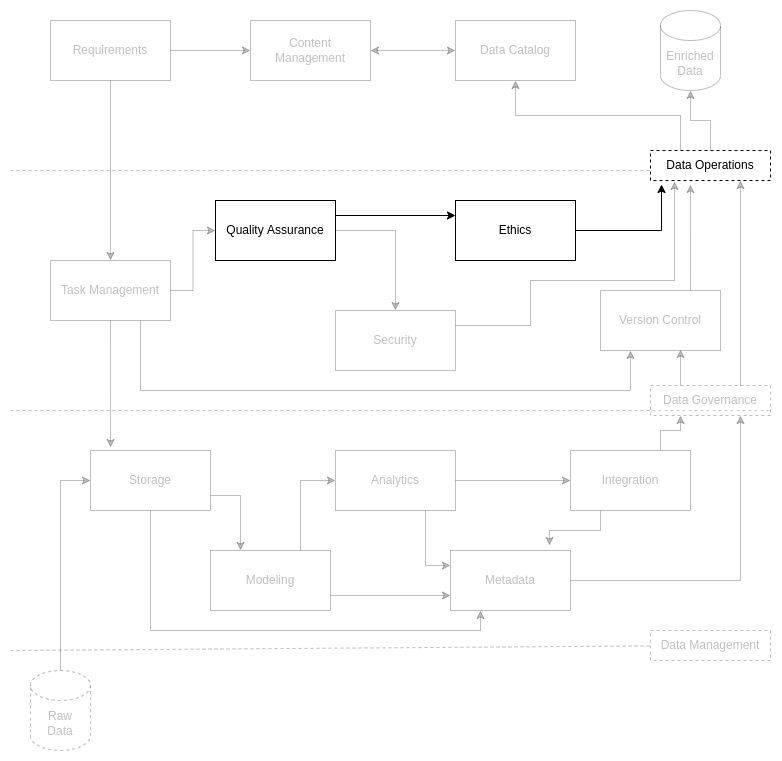
Above: docs/source/static/images/do_overview_eth.png in CertusGroup/ciutshi (draw.io), before the change. Source tidied: cells renumbered, new cells last; positions are measured from the earlier drawing's top-left corner, leaving out a move shared by most shapes.
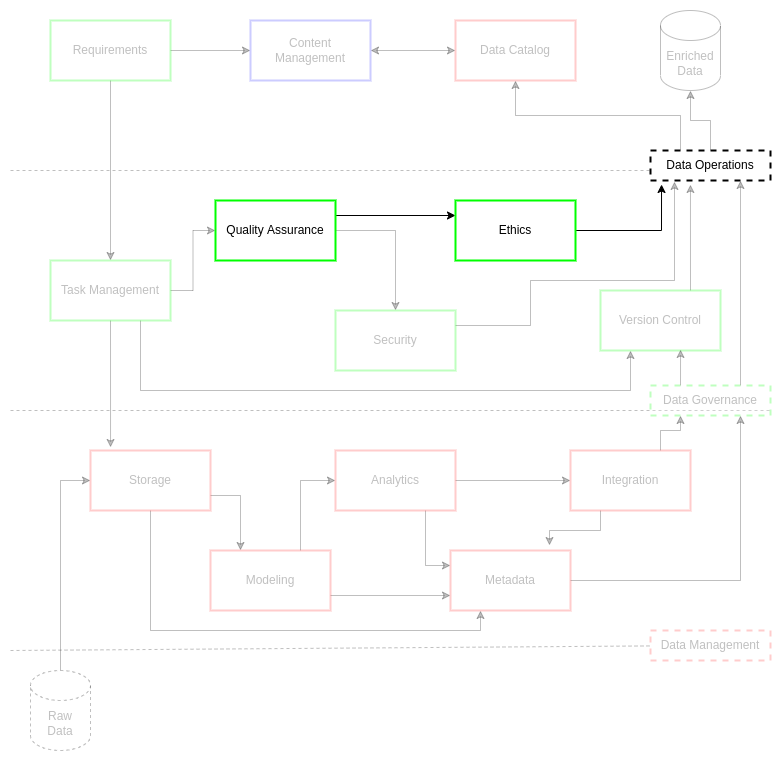
Above is the later version.

The edit, as a diff of the source:
```diff
@@ -20,7 +20,7 @@
     <mxCell id="5" style="edgeStyle=orthogonalEdgeStyle;rounded=0;jettySize=auto;html=1;exitX=0.5;exitY=1;exitDx=0;exitDy=0;entryX=0.25;entryY=1;entryDx=0;entryDy=0;opacity=25;textOpacity=25;" parent="1" edge="1" source="6" target="14">
       <mxGeometry relative="1" as="geometry" />
     </mxCell>
-    <mxCell id="6" value="Storage" style="rounded=0;whiteSpace=wrap;html=1;opacity=25;textOpacity=25;" parent="1" vertex="1">
+    <mxCell id="6" value="Storage" style="rounded=0;whiteSpace=wrap;html=1;strokeWidth=2;strokeColor=#FF3333;opacity=25;textOpacity=25;" parent="1" vertex="1">
       <mxGeometry x="80" y="440" width="120" height="60" as="geometry" />
     </mxCell>
     <mxCell id="7" style="edgeStyle=orthogonalEdgeStyle;rounded=0;jettySize=auto;html=1;exitX=0.75;exitY=0;exitDx=0;exitDy=0;entryX=0;entryY=0.5;entryDx=0;entryDy=0;opacity=25;textOpacity=25;" parent="1" edge="1" source="9" target="12">
@@ -29,7 +29,7 @@
     <mxCell id="8" style="edgeStyle=orthogonalEdgeStyle;rounded=0;jettySize=auto;html=1;exitX=1;exitY=0.75;exitDx=0;exitDy=0;entryX=0;entryY=0.75;entryDx=0;entryDy=0;opacity=25;textOpacity=25;" parent="1" edge="1" source="9" target="14">
       <mxGeometry relative="1" as="geometry" />
     </mxCell>
-    <mxCell id="9" value="Modeling" style="rounded=0;whiteSpace=wrap;html=1;opacity=25;textOpacity=25;" parent="1" vertex="1">
+    <mxCell id="9" value="Modeling" style="rounded=0;whiteSpace=wrap;html=1;strokeWidth=2;strokeColor=#FF3333;opacity=25;textOpacity=25;" parent="1" vertex="1">
       <mxGeometry x="200" y="540" width="120" height="60" as="geometry" />
     </mxCell>
     <mxCell id="10" style="edgeStyle=orthogonalEdgeStyle;rounded=0;jettySize=auto;html=1;exitX=1;exitY=0.5;exitDx=0;exitDy=0;entryX=0;entryY=0.5;entryDx=0;entryDy=0;opacity=25;textOpacity=25;" parent="1" edge="1" source="12" target="17">
@@ -38,13 +38,13 @@
     <mxCell id="11" style="edgeStyle=orthogonalEdgeStyle;rounded=0;jettySize=auto;html=1;exitX=0.75;exitY=1;exitDx=0;exitDy=0;entryX=0;entryY=0.25;entryDx=0;entryDy=0;opacity=25;textOpacity=25;" parent="1" edge="1" source="12" target="14">
       <mxGeometry relative="1" as="geometry" />
     </mxCell>
-    <mxCell id="12" value="Analytics" style="rounded=0;whiteSpace=wrap;html=1;opacity=25;textOpacity=25;" parent="1" vertex="1">
+    <mxCell id="12" value="Analytics" style="rounded=0;whiteSpace=wrap;html=1;strokeWidth=2;strokeColor=#FF3333;opacity=25;textOpacity=25;" parent="1" vertex="1">
       <mxGeometry x="325" y="440" width="120" height="60" as="geometry" />
     </mxCell>
     <mxCell id="13" style="edgeStyle=orthogonalEdgeStyle;rounded=0;jettySize=auto;html=1;exitX=1;exitY=0.5;exitDx=0;exitDy=0;entryX=0.75;entryY=1;entryDx=0;entryDy=0;opacity=25;textOpacity=25;" parent="1" edge="1" source="14" target="38">
       <mxGeometry relative="1" as="geometry" />
     </mxCell>
-    <mxCell id="14" value="Metadata" style="rounded=0;whiteSpace=wrap;html=1;opacity=25;textOpacity=25;" parent="1" vertex="1">
+    <mxCell id="14" value="Metadata" style="rounded=0;whiteSpace=wrap;html=1;strokeWidth=2;strokeColor=#FF3333;opacity=25;textOpacity=25;" parent="1" vertex="1">
       <mxGeometry x="440" y="540" width="120" height="60" as="geometry" />
     </mxCell>
     <mxCell id="15" style="edgeStyle=orthogonalEdgeStyle;rounded=0;jettySize=auto;html=1;exitX=0.25;exitY=1;exitDx=0;exitDy=0;entryX=0.825;entryY=-0.083;entryDx=0;entryDy=0;entryPerimeter=0;opacity=25;textOpacity=25;" parent="1" edge="1" source="17" target="14">
@@ -53,10 +53,10 @@
     <mxCell id="16" style="edgeStyle=orthogonalEdgeStyle;rounded=0;jettySize=auto;html=1;exitX=0.75;exitY=0;exitDx=0;exitDy=0;entryX=0.25;entryY=1;entryDx=0;entryDy=0;opacity=25;textOpacity=25;" parent="1" edge="1" source="17" target="38">
       <mxGeometry relative="1" as="geometry" />
     </mxCell>
-    <mxCell id="17" value="Integration" style="rounded=0;whiteSpace=wrap;html=1;opacity=25;textOpacity=25;" parent="1" vertex="1">
+    <mxCell id="17" value="Integration" style="rounded=0;whiteSpace=wrap;html=1;strokeWidth=2;strokeColor=#FF3333;opacity=25;textOpacity=25;" parent="1" vertex="1">
       <mxGeometry x="560" y="440" width="120" height="60" as="geometry" />
     </mxCell>
-    <mxCell id="18" value="Data Catalog&lt;br&gt;" style="rounded=0;whiteSpace=wrap;html=1;opacity=25;textOpacity=25;" parent="1" vertex="1">
+    <mxCell id="18" value="Data Catalog&lt;br&gt;" style="rounded=0;whiteSpace=wrap;html=1;strokeWidth=2;strokeColor=#FF3333;opacity=25;textOpacity=25;" parent="1" vertex="1">
       <mxGeometry x="445" y="10" width="120" height="60" as="geometry" />
     </mxCell>
     <mxCell id="19" style="edgeStyle=orthogonalEdgeStyle;rounded=0;jettySize=auto;html=1;exitX=0.5;exitY=1;exitDx=0;exitDy=0;entryX=0.5;entryY=0;entryDx=0;entryDy=0;opacity=25;textOpacity=25;" parent="1" edge="1" source="21" target="25">
@@ -65,7 +65,7 @@
     <mxCell id="20" style="edgeStyle=orthogonalEdgeStyle;rounded=0;jettySize=auto;html=1;exitX=1;exitY=0.5;exitDx=0;exitDy=0;entryX=0;entryY=0.5;entryDx=0;entryDy=0;opacity=25;textOpacity=25;" parent="1" edge="1" source="21" target="48">
       <mxGeometry relative="1" as="geometry" />
     </mxCell>
-    <mxCell id="21" value="Requirements" style="rounded=0;whiteSpace=wrap;html=1;opacity=25;textOpacity=25;" parent="1" vertex="1">
+    <mxCell id="21" value="Requirements" style="rounded=0;whiteSpace=wrap;html=1;strokeColor=#00FF00;strokeWidth=2;opacity=25;textOpacity=25;" parent="1" vertex="1">
       <mxGeometry x="40" y="10" width="120" height="60" as="geometry" />
     </mxCell>
     <mxCell id="22" style="edgeStyle=orthogonalEdgeStyle;rounded=0;jettySize=auto;html=1;exitX=1;exitY=0.5;exitDx=0;exitDy=0;entryX=0;entryY=0.5;entryDx=0;entryDy=0;opacity=25;textOpacity=25;" parent="1" edge="1" source="25" target="28">
@@ -82,7 +82,7 @@
     <mxCell id="24" style="edgeStyle=orthogonalEdgeStyle;rounded=0;jettySize=auto;html=1;exitX=0.5;exitY=1;exitDx=0;exitDy=0;entryX=0.167;entryY=-0.05;entryDx=0;entryDy=0;entryPerimeter=0;opacity=25;textOpacity=25;" parent="1" edge="1" source="25" target="6">
       <mxGeometry relative="1" as="geometry" />
     </mxCell>
-    <mxCell id="25" value="Task Management" style="rounded=0;whiteSpace=wrap;html=1;opacity=25;textOpacity=25;" parent="1" vertex="1">
+    <mxCell id="25" value="Task Management" style="rounded=0;whiteSpace=wrap;html=1;strokeColor=#00FF00;strokeWidth=2;opacity=25;textOpacity=25;" parent="1" vertex="1">
       <mxGeometry x="40" y="250" width="120" height="60" as="geometry" />
     </mxCell>
     <mxCell id="26" style="edgeStyle=orthogonalEdgeStyle;rounded=0;jettySize=auto;html=1;exitX=1;exitY=0.5;exitDx=0;exitDy=0;entryX=0.5;entryY=0;entryDx=0;entryDy=0;opacity=25;textOpacity=25;" parent="1" edge="1" source="28" target="30">
@@ -91,7 +91,7 @@
     <mxCell id="27" style="edgeStyle=orthogonalEdgeStyle;rounded=0;jettySize=auto;html=1;exitX=1;exitY=0.25;exitDx=0;exitDy=0;entryX=0;entryY=0.25;entryDx=0;entryDy=0;" parent="1" edge="1" source="28" target="34">
       <mxGeometry relative="1" as="geometry" />
     </mxCell>
-    <mxCell id="28" value="Quality Assurance" style="rounded=0;whiteSpace=wrap;html=1;" parent="1" vertex="1">
+    <mxCell id="28" value="Quality Assurance" style="rounded=0;whiteSpace=wrap;html=1;strokeColor=#00FF00;strokeWidth=2;" parent="1" vertex="1">
       <mxGeometry x="205" y="190" width="120" height="60" as="geometry" />
     </mxCell>
     <mxCell id="29" style="edgeStyle=orthogonalEdgeStyle;rounded=0;jettySize=auto;html=1;exitX=1;exitY=0.25;exitDx=0;exitDy=0;entryX=0.2;entryY=1.033;entryDx=0;entryDy=0;entryPerimeter=0;opacity=25;textOpacity=25;" parent="1" edge="1" source="30" target="41">
@@ -103,19 +103,19 @@
         </Array>
       </mxGeometry>
     </mxCell>
-    <mxCell id="30" value="Security" style="rounded=0;whiteSpace=wrap;html=1;opacity=25;textOpacity=25;" parent="1" vertex="1">
+    <mxCell id="30" value="Security" style="rounded=0;whiteSpace=wrap;html=1;strokeColor=#00FF00;strokeWidth=2;opacity=25;textOpacity=25;" parent="1" vertex="1">
       <mxGeometry x="325" y="300" width="120" height="60" as="geometry" />
     </mxCell>
     <mxCell id="31" style="edgeStyle=orthogonalEdgeStyle;rounded=0;jettySize=auto;html=1;exitX=0.75;exitY=0;exitDx=0;exitDy=0;entryX=0.333;entryY=1.133;entryDx=0;entryDy=0;entryPerimeter=0;opacity=25;textOpacity=25;" parent="1" edge="1" source="32" target="41">
       <mxGeometry relative="1" as="geometry" />
     </mxCell>
-    <mxCell id="32" value="Version Control" style="rounded=0;whiteSpace=wrap;html=1;opacity=25;textOpacity=25;" parent="1" vertex="1">
+    <mxCell id="32" value="Version Control" style="rounded=0;whiteSpace=wrap;html=1;strokeColor=#00FF00;strokeWidth=2;opacity=25;textOpacity=25;" parent="1" vertex="1">
       <mxGeometry x="590" y="280" width="120" height="60" as="geometry" />
     </mxCell>
     <mxCell id="33" style="edgeStyle=orthogonalEdgeStyle;rounded=0;jettySize=auto;html=1;exitX=1;exitY=0.5;exitDx=0;exitDy=0;entryX=0.092;entryY=1.133;entryDx=0;entryDy=0;entryPerimeter=0;" parent="1" edge="1" source="34" target="41">
       <mxGeometry relative="1" as="geometry" />
     </mxCell>
-    <mxCell id="34" value="Ethics" style="rounded=0;whiteSpace=wrap;html=1;" parent="1" vertex="1">
+    <mxCell id="34" value="Ethics" style="rounded=0;whiteSpace=wrap;html=1;strokeColor=#00FF00;strokeWidth=2;" parent="1" vertex="1">
       <mxGeometry x="445" y="190" width="120" height="60" as="geometry" />
     </mxCell>
     <mxCell id="35" style="endArrow=none;dashed=1;html=1;rounded=0;startArrow=none;opacity=25;textOpacity=25;" parent="1" edge="1" source="45">
@@ -129,7 +129,7 @@
     <mxCell id="37" style="edgeStyle=orthogonalEdgeStyle;rounded=0;jettySize=auto;html=1;exitX=0.75;exitY=0;exitDx=0;exitDy=0;entryX=0.75;entryY=1;entryDx=0;entryDy=0;opacity=25;textOpacity=25;" parent="1" edge="1" source="38" target="41">
       <mxGeometry relative="1" as="geometry" />
     </mxCell>
-    <mxCell id="38" value="Data Governance" style="rounded=0;whiteSpace=wrap;html=1;dashed=1;opacity=25;textOpacity=25;" parent="1" vertex="1">
+    <mxCell id="38" value="Data Governance" style="rounded=0;whiteSpace=wrap;html=1;dashed=1;strokeColor=#00FF00;strokeWidth=2;opacity=25;textOpacity=25;" parent="1" vertex="1">
       <mxGeometry x="640" y="375" width="120" height="30" as="geometry" />
     </mxCell>
     <mxCell id="39" style="edgeStyle=orthogonalEdgeStyle;rounded=0;jettySize=auto;html=1;exitX=0.5;exitY=0;exitDx=0;exitDy=0;entryX=0.5;entryY=1;entryDx=0;entryDy=0;entryPerimeter=0;opacity=25;textOpacity=25;" parent="1" edge="1" source="41" target="44">
@@ -138,7 +138,7 @@
     <mxCell id="40" style="edgeStyle=orthogonalEdgeStyle;rounded=0;jettySize=auto;html=1;exitX=0.25;exitY=0;exitDx=0;exitDy=0;entryX=0.5;entryY=1;entryDx=0;entryDy=0;opacity=25;textOpacity=25;" parent="1" edge="1" source="41" target="18">
       <mxGeometry relative="1" as="geometry" />
     </mxCell>
-    <mxCell id="41" value="Data Operations" style="rounded=0;whiteSpace=wrap;html=1;dashed=1;" parent="1" vertex="1">
+    <mxCell id="41" value="Data Operations" style="rounded=0;whiteSpace=wrap;html=1;dashed=1;strokeWidth=2;" parent="1" vertex="1">
       <mxGeometry x="640" y="140" width="120" height="30" as="geometry" />
     </mxCell>
     <mxCell id="42" style="edgeStyle=orthogonalEdgeStyle;rounded=0;jettySize=auto;html=1;exitX=0.5;exitY=0;exitDx=0;exitDy=0;exitPerimeter=0;entryX=0;entryY=0.5;entryDx=0;entryDy=0;opacity=25;textOpacity=25;" parent="1" edge="1" source="43" target="6">
@@ -150,7 +150,7 @@
     <mxCell id="44" value="Enriched&lt;br&gt;Data" style="shape=cylinder3;whiteSpace=wrap;html=1;boundedLbl=1;backgroundOutline=1;size=15;opacity=25;textOpacity=25;" parent="1" vertex="1">
       <mxGeometry x="650" width="60" height="80" as="geometry" />
     </mxCell>
-    <mxCell id="45" value="Data Management&lt;br&gt;" style="rounded=0;whiteSpace=wrap;html=1;dashed=1;opacity=25;textOpacity=25;" parent="1" vertex="1">
+    <mxCell id="45" value="Data Management&lt;br&gt;" style="rounded=0;whiteSpace=wrap;html=1;dashed=1;strokeWidth=2;strokeColor=#FF3333;opacity=25;textOpacity=25;" parent="1" vertex="1">
       <mxGeometry x="640" y="620" width="120" height="30" as="geometry" />
     </mxCell>
     <mxCell id="46" style="endArrow=none;dashed=1;html=1;rounded=0;opacity=25;textOpacity=25;" parent="1" edge="1" target="45">
@@ -161,7 +161,7 @@
     <mxCell id="47" style="edgeStyle=orthogonalEdgeStyle;rounded=0;jettySize=auto;html=1;exitX=1;exitY=0.5;exitDx=0;exitDy=0;entryX=0;entryY=0.5;entryDx=0;entryDy=0;startArrow=classic;startFill=1;opacity=25;textOpacity=25;" parent="1" edge="1" source="48" target="18">
       <mxGeometry relative="1" as="geometry" />
     </mxCell>
-    <mxCell id="48" value="Content&lt;br&gt;Management" style="rounded=0;whiteSpace=wrap;html=1;opacity=25;textOpacity=25;" parent="1" vertex="1">
+    <mxCell id="48" value="Content&lt;br&gt;Management" style="rounded=0;whiteSpace=wrap;html=1;strokeColor=#3333FF;strokeWidth=2;opacity=25;textOpacity=25;" parent="1" vertex="1">
       <mxGeometry x="240" y="10" width="120" height="60" as="geometry" />
     </mxCell>
   </root>
```
